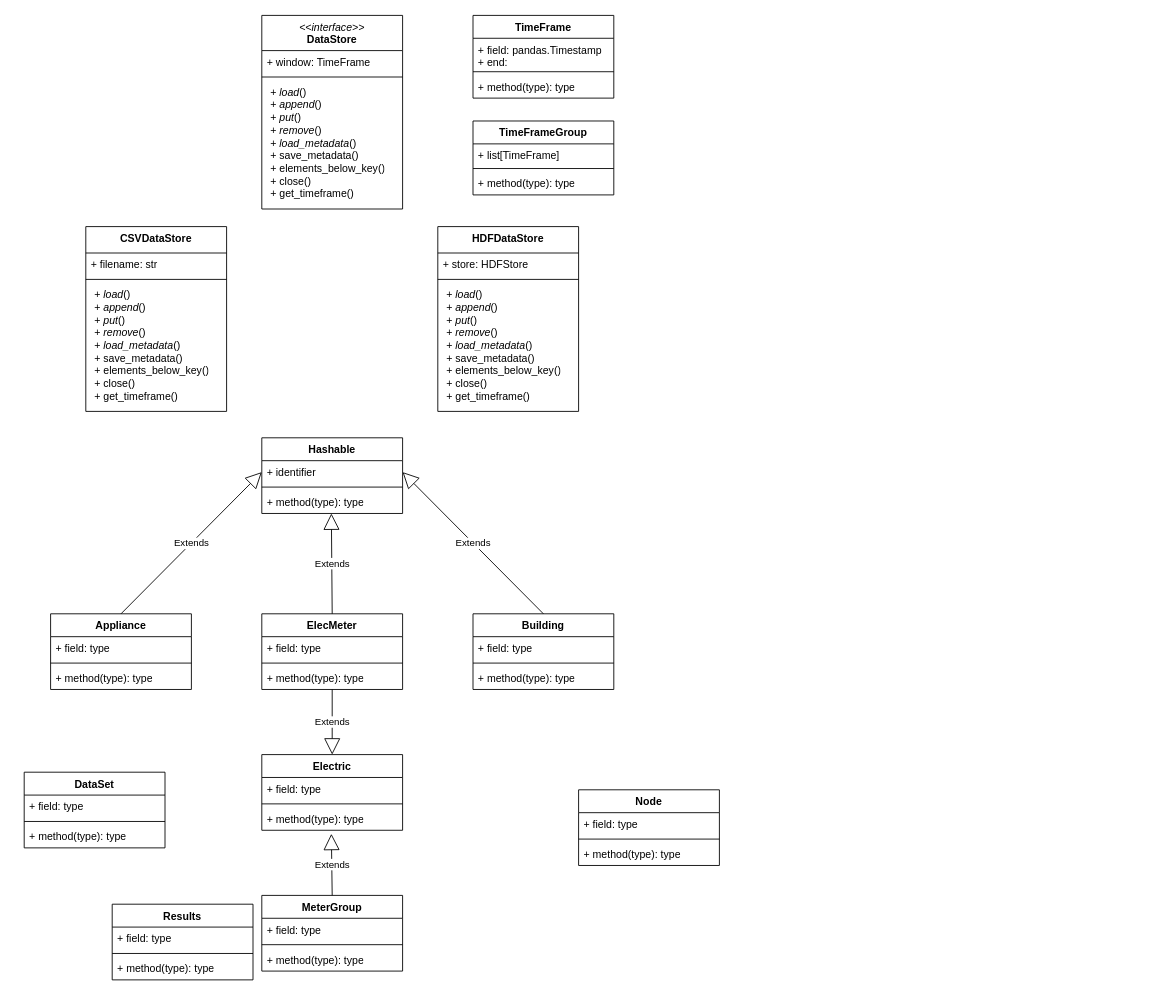
This is docs/diagrams/class-architecture.drawio from ejpalacios/nilmtk-base, a draw.io file, before an edit. Source tidied: cells renumbered, new cells numbered last; positions are measured from the earlier drawing's top-left corner, leaving out a move shared by most shapes. Both pictures are drawn from the tidied source at 88%, with x=0, y=0 at pixel (24, 15).
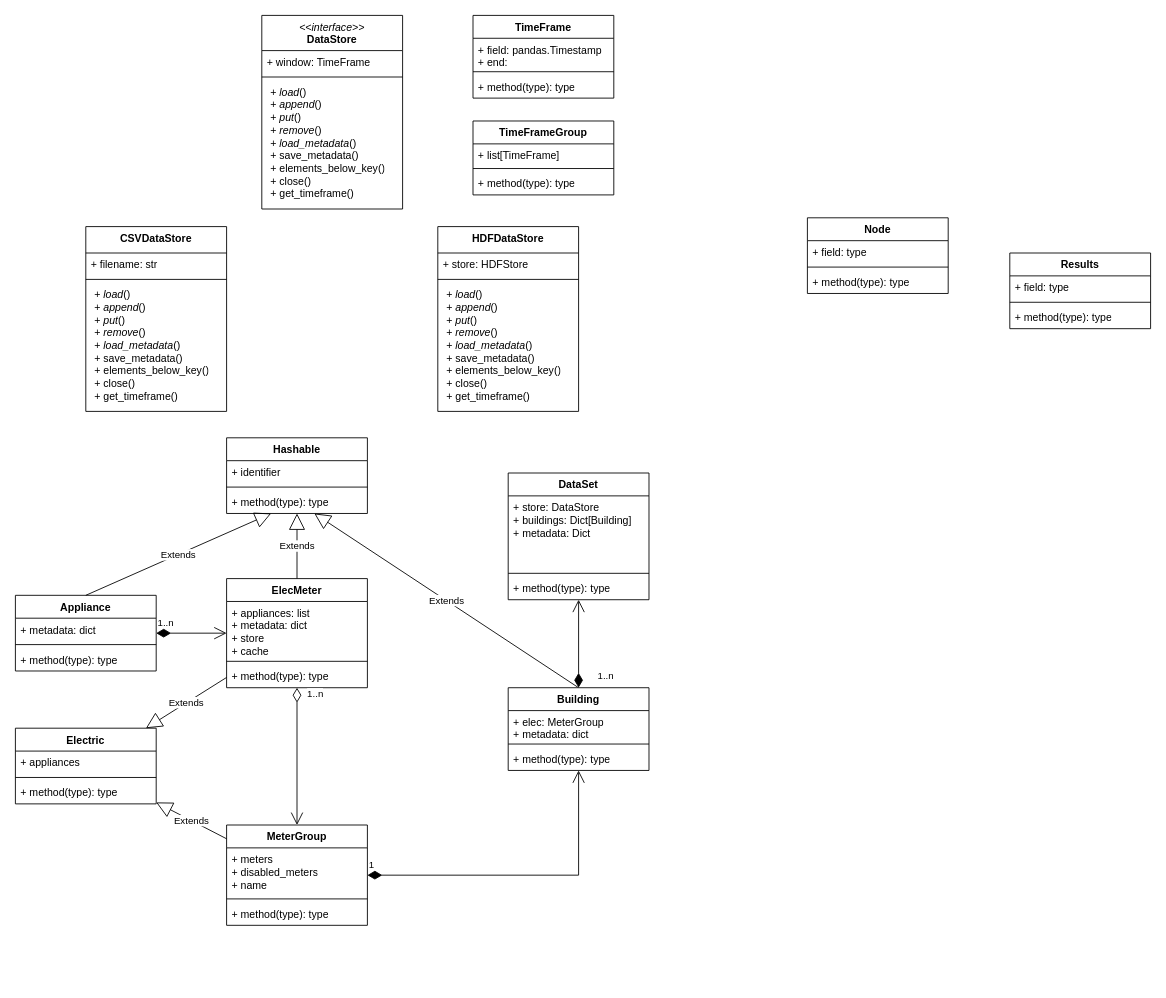
After the change.

The change refers to these unchanged cells:
```xml
<mxCell id="23" value="+ identifier" style="text;strokeColor=none;fillColor=none;align=left;verticalAlign=top;spacingLeft=4;spacingRight=4;overflow=hidden;points=[[0,0.5],[1,0.5]];portConstraint=eastwest;whiteSpace=wrap;html=1;" parent="22" vertex="1">
  <mxGeometry y="26" width="160" height="26" as="geometry" />
</mxCell>
<mxCell id="25" value="+ method(type): type" style="text;strokeColor=none;fillColor=none;align=left;verticalAlign=top;spacingLeft=4;spacingRight=4;overflow=hidden;points=[[0,0.5],[1,0.5]];portConstraint=eastwest;whiteSpace=wrap;html=1;" parent="22" vertex="1">
  <mxGeometry y="60" width="160" height="26" as="geometry" />
</mxCell>
<mxCell id="45" value="+ method(type): type" style="text;strokeColor=none;fillColor=none;align=left;verticalAlign=top;spacingLeft=4;spacingRight=4;overflow=hidden;points=[[0,0.5],[1,0.5]];portConstraint=eastwest;whiteSpace=wrap;html=1;" parent="42" vertex="1">
  <mxGeometry y="60" width="160" height="26" as="geometry" />
</mxCell>
```

Diff of the diagram source:
```diff
@@
     <mxCell id="22" value="Hashable" style="swimlane;fontStyle=1;align=center;verticalAlign=top;horizontal=1;startSize=26;whiteSpace=wrap;html=1;" parent="1" vertex="1">
-      <mxGeometry x="270" y="480" width="160" height="86" as="geometry" />
+      <mxGeometry x="230" y="480" width="160" height="86" as="geometry" />
     </mxCell>
@@
     <mxCell id="26" value="Appliance" style="swimlane;fontStyle=1;align=center;verticalAlign=top;horizontal=1;startSize=26;whiteSpace=wrap;html=1;" parent="1" vertex="1">
-      <mxGeometry x="30" y="680" width="160" height="86" as="geometry" />
+      <mxGeometry x="-10" y="659" width="160" height="86" as="geometry" />
     </mxCell>
-    <mxCell id="27" value="+ field: type" style="text;strokeColor=none;fillColor=none;align=left;verticalAlign=top;spacingLeft=4;spacingRight=4;overflow=hidden;whiteSpace=wrap;html=1;" parent="26" vertex="1">
+    <mxCell id="27" value="+ metadata: dict" style="text;strokeColor=none;fillColor=none;align=left;verticalAlign=top;spacingLeft=4;spacingRight=4;overflow=hidden;whiteSpace=wrap;html=1;" parent="26" vertex="1">
       <mxGeometry y="26" width="160" height="26" as="geometry" />
     </mxCell>
@@
-    <mxCell id="30" value="Building" style="swimlane;fontStyle=1;align=center;verticalAlign=top;horizontal=1;startSize=26;whiteSpace=wrap;html=1;" parent="1" vertex="1">
-      <mxGeometry x="510" y="680" width="160" height="86" as="geometry" />
-    </mxCell>
-    <mxCell id="31" value="+ field: type" style="text;strokeColor=none;fillColor=none;align=left;verticalAlign=top;spacingLeft=4;spacingRight=4;overflow=hidden;whiteSpace=wrap;html=1;" parent="30" vertex="1">
-      <mxGeometry y="26" width="160" height="26" as="geometry" />
-    </mxCell>
-    <mxCell id="32" style="line;strokeWidth=1;fillColor=none;align=left;verticalAlign=middle;spacingTop=-1;spacingLeft=3;spacingRight=3;labelPosition=right;strokeColor=inherit;" parent="30" vertex="1">
-      <mxGeometry y="52" width="160" height="8" as="geometry" />
-    </mxCell>
-    <mxCell id="33" value="+ method(type): type" style="text;strokeColor=none;fillColor=none;align=left;verticalAlign=top;spacingLeft=4;spacingRight=4;overflow=hidden;whiteSpace=wrap;html=1;" parent="30" vertex="1">
-      <mxGeometry y="60" width="160" height="26" as="geometry" />
-    </mxCell>
     <mxCell id="34" value="DataSet" style="swimlane;fontStyle=1;align=center;verticalAlign=top;horizontal=1;startSize=26;whiteSpace=wrap;html=1;" parent="1" vertex="1">
-      <mxGeometry y="860" width="160" height="86" as="geometry" />
+      <mxGeometry x="550" y="520" width="160" height="144" as="geometry" />
     </mxCell>
-    <mxCell id="35" value="+ field: type" style="text;strokeColor=none;fillColor=none;align=left;verticalAlign=top;spacingLeft=4;spacingRight=4;overflow=hidden;whiteSpace=wrap;html=1;" parent="34" vertex="1">
-      <mxGeometry y="26" width="160" height="26" as="geometry" />
+    <mxCell id="35" value="+ store: DataStore&lt;br&gt;+ buildings: Dict[Building]&lt;br&gt;+ metadata: Dict" style="text;strokeColor=none;fillColor=none;align=left;verticalAlign=top;spacingLeft=4;spacingRight=4;overflow=hidden;whiteSpace=wrap;html=1;" parent="34" vertex="1">
+      <mxGeometry y="26" width="160" height="84" as="geometry" />
     </mxCell>
     <mxCell id="36" style="line;strokeWidth=1;fillColor=none;align=left;verticalAlign=middle;spacingTop=-1;spacingLeft=3;spacingRight=3;labelPosition=right;strokeColor=inherit;" parent="34" vertex="1">
-      <mxGeometry y="52" width="160" height="8" as="geometry" />
+      <mxGeometry y="110" width="160" height="8" as="geometry" />
     </mxCell>
     <mxCell id="37" value="+ method(type): type" style="text;strokeColor=none;fillColor=none;align=left;verticalAlign=top;spacingLeft=4;spacingRight=4;overflow=hidden;whiteSpace=wrap;html=1;" parent="34" vertex="1">
-      <mxGeometry y="60" width="160" height="26" as="geometry" />
+      <mxGeometry y="118" width="160" height="26" as="geometry" />
     </mxCell>
     <mxCell id="38" value="ElecMeter" style="swimlane;fontStyle=1;align=center;verticalAlign=top;horizontal=1;startSize=26;whiteSpace=wrap;html=1;" parent="1" vertex="1">
-      <mxGeometry x="270" y="680" width="160" height="86" as="geometry" />
+      <mxGeometry x="230" y="640" width="160" height="124" as="geometry" />
     </mxCell>
-    <mxCell id="39" value="+ field: type" style="text;strokeColor=none;fillColor=none;align=left;verticalAlign=top;spacingLeft=4;spacingRight=4;overflow=hidden;whiteSpace=wrap;html=1;" parent="38" vertex="1">
-      <mxGeometry y="26" width="160" height="26" as="geometry" />
+    <mxCell id="39" value="+ appliances: list&lt;br&gt;+ metadata: dict&lt;br&gt;+ store&lt;br&gt;+ cache" style="text;strokeColor=none;fillColor=none;align=left;verticalAlign=top;spacingLeft=4;spacingRight=4;overflow=hidden;whiteSpace=wrap;html=1;" parent="38" vertex="1">
+      <mxGeometry y="26" width="160" height="64" as="geometry" />
     </mxCell>
     <mxCell id="40" style="line;strokeWidth=1;fillColor=none;align=left;verticalAlign=middle;spacingTop=-1;spacingLeft=3;spacingRight=3;labelPosition=right;strokeColor=inherit;" parent="38" vertex="1">
-      <mxGeometry y="52" width="160" height="8" as="geometry" />
+      <mxGeometry y="90" width="160" height="8" as="geometry" />
     </mxCell>
     <mxCell id="41" value="+ method(type): type" style="text;strokeColor=none;fillColor=none;align=left;verticalAlign=top;spacingLeft=4;spacingRight=4;overflow=hidden;points=[[0,0.5],[1,0.5]];portConstraint=eastwest;whiteSpace=wrap;html=1;" parent="38" vertex="1">
-      <mxGeometry y="60" width="160" height="26" as="geometry" />
+      <mxGeometry y="98" width="160" height="26" as="geometry" />
     </mxCell>
     <mxCell id="42" value="Electric" style="swimlane;fontStyle=1;align=center;verticalAlign=top;horizontal=1;startSize=26;whiteSpace=wrap;html=1;" parent="1" vertex="1">
-      <mxGeometry x="270" y="840" width="160" height="86" as="geometry" />
+      <mxGeometry x="-10" y="810" width="160" height="86" as="geometry" />
     </mxCell>
-    <mxCell id="43" value="+ field: type" style="text;strokeColor=none;fillColor=none;align=left;verticalAlign=top;spacingLeft=4;spacingRight=4;overflow=hidden;whiteSpace=wrap;html=1;" parent="42" vertex="1">
+    <mxCell id="43" value="+ appliances" style="text;strokeColor=none;fillColor=none;align=left;verticalAlign=top;spacingLeft=4;spacingRight=4;overflow=hidden;whiteSpace=wrap;html=1;" parent="42" vertex="1">
       <mxGeometry y="26" width="160" height="26" as="geometry" />
     </mxCell>
@@
     <mxCell id="46" value="MeterGroup" style="swimlane;fontStyle=1;align=center;verticalAlign=top;horizontal=1;startSize=26;whiteSpace=wrap;html=1;" parent="1" vertex="1">
-      <mxGeometry x="270" y="1000" width="160" height="86" as="geometry" />
+      <mxGeometry x="230" y="920" width="160" height="114" as="geometry" />
     </mxCell>
-    <mxCell id="47" value="+ field: type" style="text;strokeColor=none;fillColor=none;align=left;verticalAlign=top;spacingLeft=4;spacingRight=4;overflow=hidden;whiteSpace=wrap;html=1;" parent="46" vertex="1">
-      <mxGeometry y="26" width="160" height="26" as="geometry" />
+    <mxCell id="47" value="+ meters&lt;br&gt;+ disabled_meters&lt;br&gt;+ name" style="text;strokeColor=none;fillColor=none;align=left;verticalAlign=top;spacingLeft=4;spacingRight=4;overflow=hidden;whiteSpace=wrap;html=1;" parent="46" vertex="1">
+      <mxGeometry y="26" width="160" height="54" as="geometry" />
     </mxCell>
     <mxCell id="48" style="line;strokeWidth=1;fillColor=none;align=left;verticalAlign=middle;spacingTop=-1;spacingLeft=3;spacingRight=3;labelPosition=right;strokeColor=inherit;" parent="46" vertex="1">
-      <mxGeometry y="52" width="160" height="8" as="geometry" />
+      <mxGeometry y="80" width="160" height="8" as="geometry" />
     </mxCell>
     <mxCell id="49" value="+ method(type): type" style="text;strokeColor=none;fillColor=none;align=left;verticalAlign=top;spacingLeft=4;spacingRight=4;overflow=hidden;whiteSpace=wrap;html=1;" parent="46" vertex="1">
-      <mxGeometry y="60" width="160" height="26" as="geometry" />
+      <mxGeometry y="88" width="160" height="26" as="geometry" />
     </mxCell>
     <mxCell id="50" value="Node" style="swimlane;fontStyle=1;align=center;verticalAlign=top;horizontal=1;startSize=26;whiteSpace=wrap;html=1;" parent="1" vertex="1">
-      <mxGeometry x="630" y="880" width="160" height="86" as="geometry" />
+      <mxGeometry x="890" y="230" width="160" height="86" as="geometry" />
     </mxCell>
@@
     <mxCell id="54" value="Results" style="swimlane;fontStyle=1;align=center;verticalAlign=top;horizontal=1;startSize=26;whiteSpace=wrap;html=1;" parent="1" vertex="1">
-      <mxGeometry x="100" y="1010" width="160" height="86" as="geometry" />
+      <mxGeometry x="1120" y="270" width="160" height="86" as="geometry" />
     </mxCell>
@@
-    <mxCell id="58" value="Extends" style="endArrow=block;endSize=16;endFill=0;html=1;rounded=0;exitX=0.5;exitY=0;exitDx=0;exitDy=0;entryX=0;entryY=0.5;entryDx=0;entryDy=0;" parent="1" edge="1" source="26" target="23">
+    <mxCell id="58" value="Extends" style="endArrow=block;endSize=16;endFill=0;html=1;rounded=0;exitX=0.5;exitY=0;exitDx=0;exitDy=0;" parent="1" edge="1" source="26" target="25">
       <mxGeometry relative="1" as="geometry" />
     </mxCell>
-    <mxCell id="59" value="Extends" style="endArrow=block;endSize=16;endFill=0;html=1;rounded=0;exitX=0.5;exitY=0;exitDx=0;exitDy=0;entryX=1;entryY=0.5;entryDx=0;entryDy=0;" parent="1" edge="1" source="30" target="23">
+    <mxCell id="59" value="Extends" style="endArrow=block;endSize=16;endFill=0;html=1;rounded=0;exitX=0.5;exitY=0;exitDx=0;exitDy=0;" parent="1" edge="1" source="30" target="25">
       <mxGeometry relative="1" as="geometry" />
     </mxCell>
-    <mxCell id="60" value="Extends" style="endArrow=block;endSize=16;endFill=0;html=1;rounded=0;exitX=0.5;exitY=0;exitDx=0;exitDy=0;entryX=0.494;entryY=1.154;entryDx=0;entryDy=0;entryPerimeter=0;" parent="1" edge="1" source="46" target="45">
+    <mxCell id="60" value="Extends" style="endArrow=block;endSize=16;endFill=0;html=1;rounded=0;" parent="1" edge="1" source="46" target="42">
       <mxGeometry relative="1" as="geometry" />
     </mxCell>
-    <mxCell id="61" value="Extends" style="endArrow=block;endSize=16;endFill=0;html=1;rounded=0;exitX=0.5;exitY=0;exitDx=0;exitDy=0;entryX=0.494;entryY=1;entryDx=0;entryDy=0;entryPerimeter=0;" parent="1" edge="1" source="38" target="25">
+    <mxCell id="61" value="Extends" style="endArrow=block;endSize=16;endFill=0;html=1;rounded=0;" parent="1" edge="1" source="38" target="25">
       <mxGeometry relative="1" as="geometry" />
     </mxCell>
-    <mxCell id="62" value="Extends" style="endArrow=block;endSize=16;endFill=0;html=1;rounded=0;entryX=0.5;entryY=0;entryDx=0;entryDy=0;" parent="1" edge="1" source="41" target="42">
+    <mxCell id="62" value="Extends" style="endArrow=block;endSize=16;endFill=0;html=1;rounded=0;" parent="1" edge="1" source="38" target="42">
       <mxGeometry relative="1" as="geometry" />
     </mxCell>
+    <mxCell id="30" value="Building" style="swimlane;fontStyle=1;align=center;verticalAlign=top;horizontal=1;startSize=26;whiteSpace=wrap;html=1;" parent="1" vertex="1">
+      <mxGeometry x="550" y="764" width="160" height="94" as="geometry" />
+    </mxCell>
+    <mxCell id="31" value="+ elec: MeterGroup&lt;br&gt;+ metadata: dict" style="text;strokeColor=none;fillColor=none;align=left;verticalAlign=top;spacingLeft=4;spacingRight=4;overflow=hidden;whiteSpace=wrap;html=1;" parent="30" vertex="1">
+      <mxGeometry y="26" width="160" height="34" as="geometry" />
+    </mxCell>
+    <mxCell id="32" style="line;strokeWidth=1;fillColor=none;align=left;verticalAlign=middle;spacingTop=-1;spacingLeft=3;spacingRight=3;labelPosition=right;strokeColor=inherit;" parent="30" vertex="1">
+      <mxGeometry y="60" width="160" height="8" as="geometry" />
+    </mxCell>
+    <mxCell id="33" value="+ method(type): type" style="text;strokeColor=none;fillColor=none;align=left;verticalAlign=top;spacingLeft=4;spacingRight=4;overflow=hidden;whiteSpace=wrap;html=1;" parent="30" vertex="1">
+      <mxGeometry y="68" width="160" height="26" as="geometry" />
+    </mxCell>
+    <mxCell id="63" value="1..n" style="endArrow=open;html=1;endSize=12;startArrow=diamondThin;startSize=14;startFill=0;edgeStyle=orthogonalEdgeStyle;align=left;verticalAlign=bottom;rounded=0;" parent="1" edge="1" source="38" target="46">
+      <mxGeometry x="-0.79" y="10" relative="1" as="geometry" />
+    </mxCell>
+    <mxCell id="64" value="1..n" style="endArrow=open;html=1;endSize=12;startArrow=diamondThin;startSize=14;startFill=1;edgeStyle=orthogonalEdgeStyle;align=left;verticalAlign=bottom;rounded=0;" parent="1" edge="1" source="30" target="34">
+      <mxGeometry x="-0.92" y="-20" relative="1" as="geometry" />
+    </mxCell>
+    <mxCell id="65" value="1" style="endArrow=open;html=1;endSize=12;startArrow=diamondThin;startSize=14;startFill=1;edgeStyle=orthogonalEdgeStyle;align=left;verticalAlign=bottom;rounded=0;" parent="1" edge="1" source="46" target="30">
+      <mxGeometry x="-1" y="3" relative="1" as="geometry" />
+    </mxCell>
+    <mxCell id="66" value="1..n" style="endArrow=open;html=1;endSize=12;startArrow=diamondThin;startSize=14;startFill=1;edgeStyle=orthogonalEdgeStyle;align=left;verticalAlign=bottom;rounded=0;" parent="1" edge="1" source="26" target="38">
+      <mxGeometry x="-1" y="3" relative="1" as="geometry" />
+    </mxCell>
```
